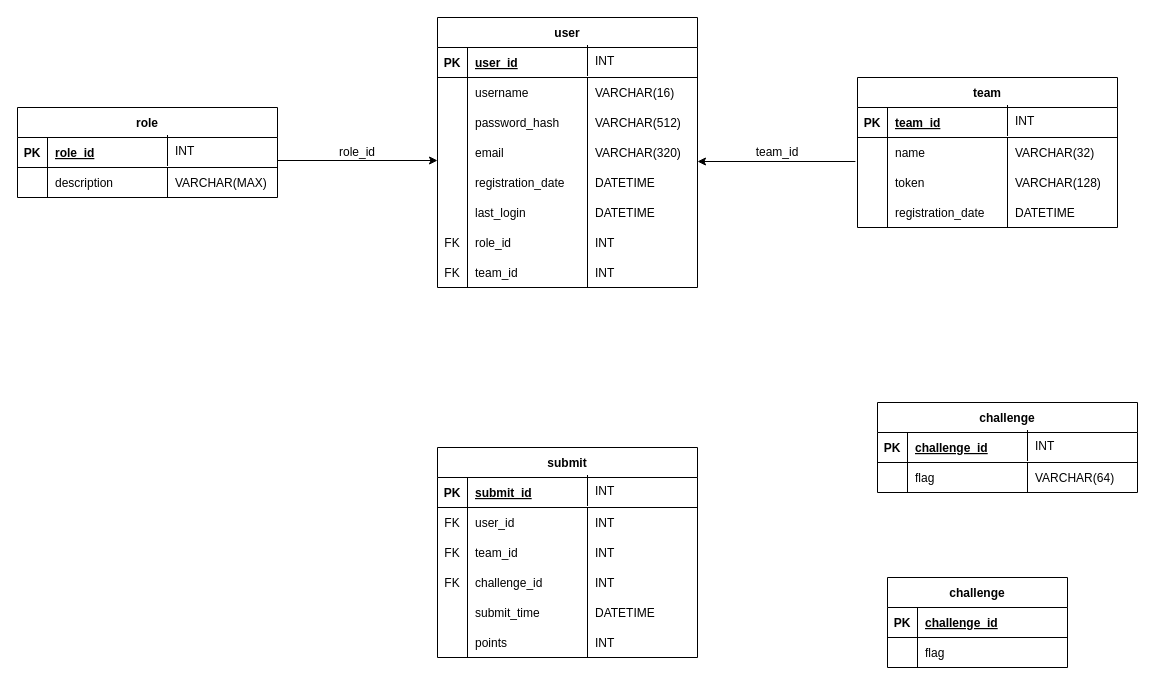
Earlier version of the draw.io diagram db/design/schema_diagram.drawio (FeeeDz/H4ckUs4t1_CTF). Source tidied: cells renumbered, new cells numbered last; positions are measured from the earlier drawing's top-left corner, leaving out a move shared by most shapes. Both pictures are drawn from the tidied source at 100%, with x=0, y=0 at pixel (17, 17).
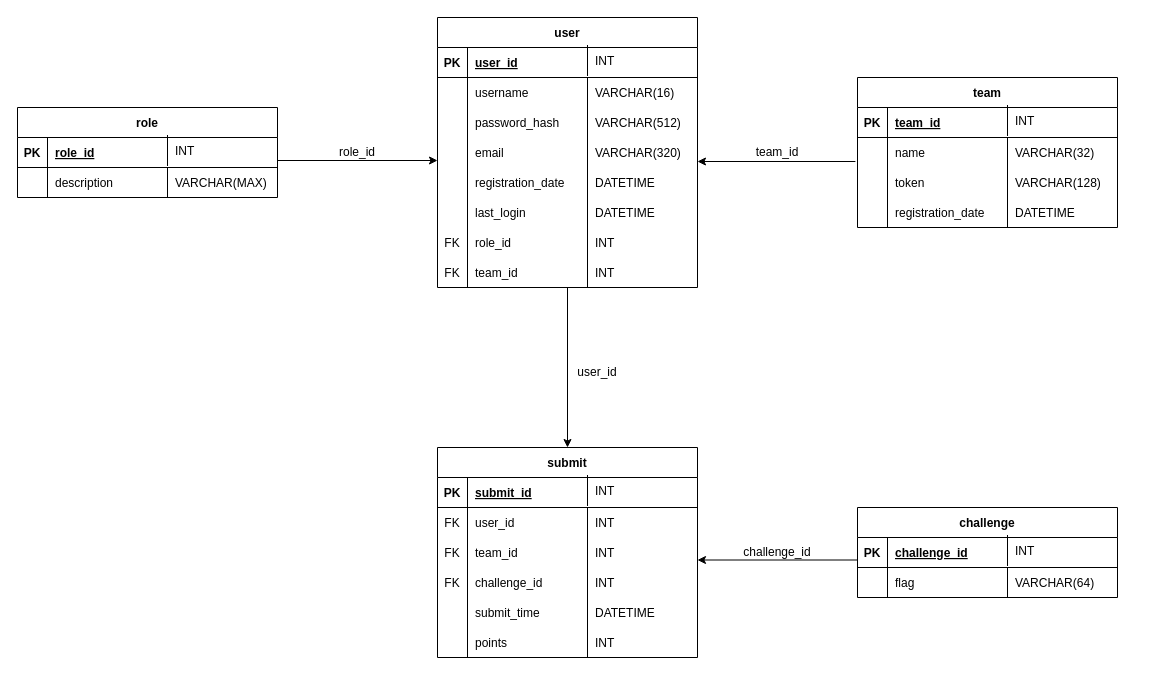
The same page after the edit.

The change refers to these unchanged cells:
```xml
<mxCell id="10" value="submit" style="shape=table;startSize=30;childLayout=tableLayout;rowLines=0;fontStyle=1;align=center;" parent="1" vertex="1">
  <mxGeometry x="420" y="430" width="260" height="210" as="geometry" />
</mxCell>
```

Diff of the diagram source:
```diff
@@
-    <mxCell id="2" value="challenge" style="shape=table;startSize=30;childLayout=tableLayout;rowLines=0;fontStyle=1;align=center;" parent="1" vertex="1">
-      <mxGeometry x="870" y="560" width="180" height="90" as="geometry" />
-    </mxCell>
-    <mxCell id="3" style="shape=partialRectangle;fillColor=none;top=0;left=0;right=0;bottom=1;" parent="2" vertex="1">
-      <mxGeometry y="30" width="180" height="30" as="geometry" />
-    </mxCell>
-    <mxCell id="4" value="PK" style="shape=partialRectangle;overflow=hidden;fillColor=none;top=0;left=0;bottom=0;right=0;fontStyle=1;" parent="3" vertex="1">
-      <mxGeometry width="30" height="30" as="geometry" />
-    </mxCell>
-    <mxCell id="5" value="challenge_id" style="shape=partialRectangle;overflow=hidden;fillColor=none;top=0;left=0;bottom=0;right=0;align=left;spacingLeft=6;fontStyle=5;" parent="3" vertex="1">
-      <mxGeometry x="30" width="150" height="30" as="geometry" />
-    </mxCell>
-    <mxCell id="6" style="shape=partialRectangle;fillColor=none;top=0;left=0;right=0;bottom=0;" parent="2" vertex="1">
-      <mxGeometry y="60" width="180" height="30" as="geometry" />
-    </mxCell>
-    <mxCell id="7" style="shape=partialRectangle;overflow=hidden;fillColor=none;top=0;left=0;bottom=0;right=1;" parent="6" vertex="1">
-      <mxGeometry width="30" height="30" as="geometry" />
-    </mxCell>
-    <mxCell id="8" value="flag" style="shape=partialRectangle;overflow=hidden;fillColor=none;top=0;left=0;bottom=0;right=0;align=left;spacingLeft=6;" parent="6" vertex="1">
-      <mxGeometry x="30" width="150" height="30" as="geometry" />
-    </mxCell>
@@
-    <mxCell id="110" style="shape=partialRectangle;fillColor=none;top=0;left=0;right=0;bottom=0;" parent="1" vertex="1">
-      <mxGeometry x="880" y="460" width="170" height="30" as="geometry" />
-    </mxCell>
-    <mxCell id="111" value="challenge" style="shape=table;startSize=30;childLayout=tableLayout;rowLines=0;fontStyle=1;align=center;" parent="1" vertex="1">
-      <mxGeometry x="860" y="385" width="260" height="90" as="geometry" />
-    </mxCell>
+    <mxCell id="120" style="endArrow=classic;html=1;rounded=0;entryX=0.5;entryY=0;entryDx=0;entryDy=0;" parent="1" edge="1" target="10">
+      <mxGeometry relative="1" as="geometry">
+        <mxPoint x="550" y="270" as="sourcePoint" />
+      </mxGeometry>
+    </mxCell>
+    <mxCell id="121" value="user_id" style="text;html=1;strokeColor=none;fillColor=none;align=center;verticalAlign=middle;whiteSpace=wrap;rounded=0;" parent="1" vertex="1">
+      <mxGeometry x="550" y="340" width="60" height="30" as="geometry" />
+    </mxCell>
+    <mxCell id="122" style="endArrow=classic;html=1;rounded=0;" parent="1" edge="1">
+      <mxGeometry relative="1" as="geometry">
+        <mxPoint x="840" y="542.5" as="sourcePoint" />
+        <mxPoint x="680" y="542.5" as="targetPoint" />
+      </mxGeometry>
+    </mxCell>
+    <mxCell id="5" value="challenge_id" style="text;html=1;strokeColor=none;fillColor=none;align=center;verticalAlign=middle;whiteSpace=wrap;rounded=0;" parent="1" vertex="1">
+      <mxGeometry x="730" y="520" width="60" height="30" as="geometry" />
+    </mxCell>
+    <mxCell id="123" style="shape=partialRectangle;fillColor=none;top=0;left=0;right=0;bottom=0;" parent="1" vertex="1">
+      <mxGeometry x="860" y="565" width="170" height="30" as="geometry" />
+    </mxCell>
+    <mxCell id="124" value="challenge" style="shape=table;startSize=30;childLayout=tableLayout;rowLines=0;fontStyle=1;align=center;" parent="1" vertex="1">
+      <mxGeometry x="840" y="490" width="260" height="90" as="geometry" />
+    </mxCell>
-    <mxCell id="112" style="shape=partialRectangle;fillColor=none;top=0;left=0;right=0;bottom=1;" parent="111" vertex="1">
+    <mxCell id="112" style="shape=partialRectangle;fillColor=none;top=0;left=0;right=0;bottom=1;" parent="124" vertex="1">
       <mxGeometry y="30" width="260" height="30" as="geometry" />
     </mxCell>
-    <mxCell id="113" value="PK" style="shape=partialRectangle;overflow=hidden;fillColor=none;top=0;left=0;bottom=0;right=0;fontStyle=1;" parent="112" vertex="1">
-      <mxGeometry width="30" height="30" as="geometry" />
-    </mxCell>
+    <mxCell id="125" value="PK" style="shape=partialRectangle;overflow=hidden;fillColor=none;top=0;left=0;bottom=0;right=0;fontStyle=1;" parent="112" vertex="1">
+      <mxGeometry width="30" height="30" as="geometry" />
+    </mxCell>
@@
-    <mxCell id="115" style="shape=partialRectangle;fillColor=none;top=0;left=0;right=0;bottom=0;" parent="111" vertex="1">
+    <mxCell id="115" style="shape=partialRectangle;fillColor=none;top=0;left=0;right=0;bottom=0;" parent="124" vertex="1">
       <mxGeometry y="60" width="260" height="30" as="geometry" />
     </mxCell>
-    <mxCell id="116" style="shape=partialRectangle;overflow=hidden;fillColor=none;top=0;left=0;bottom=0;right=1;" parent="115" vertex="1">
-      <mxGeometry width="30" height="30" as="geometry" />
-    </mxCell>
+    <mxCell id="126" style="shape=partialRectangle;overflow=hidden;fillColor=none;top=0;left=0;bottom=0;right=1;" parent="115" vertex="1">
+      <mxGeometry width="30" height="30" as="geometry" />
+    </mxCell>
@@
     <mxCell id="118" value="VARCHAR(64)" style="shape=partialRectangle;overflow=hidden;fillColor=none;top=0;left=1;bottom=0;right=0;align=left;spacingLeft=6;" parent="1" vertex="1">
-      <mxGeometry x="1010" y="445" width="120" height="30" as="geometry" />
+      <mxGeometry x="990" y="550" width="120" height="30" as="geometry" />
     </mxCell>
     <mxCell id="119" value="INT" style="shape=partialRectangle;overflow=hidden;fillColor=none;top=0;left=1;bottom=0;right=0;align=left;spacingLeft=6;" parent="1" vertex="1">
-      <mxGeometry x="1010" y="413" width="80" height="30" as="geometry" />
+      <mxGeometry x="990" y="518" width="80" height="30" as="geometry" />
     </mxCell>
```
